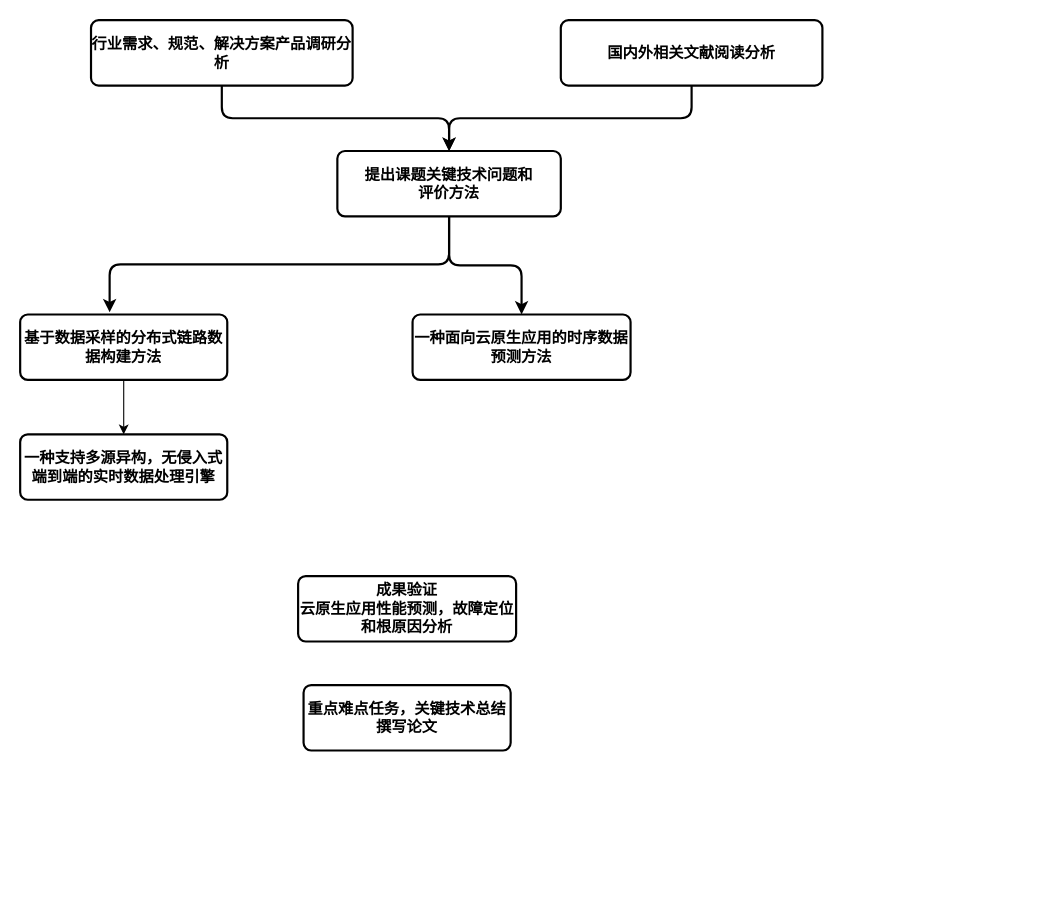
Earlier version of the draw.io diagram page "课题设计方案3.0" (4 of 10) of shrine-doc/论文相关.drawio (easefulfil/CLOUDCARE). Source tidied: cells renumbered, new cells numbered last; positions are measured from the earlier drawing's top-left corner, leaving out a move shared by most shapes. Both pictures are drawn from the tidied source at 109%, with x=0, y=0 at pixel (20, 20).
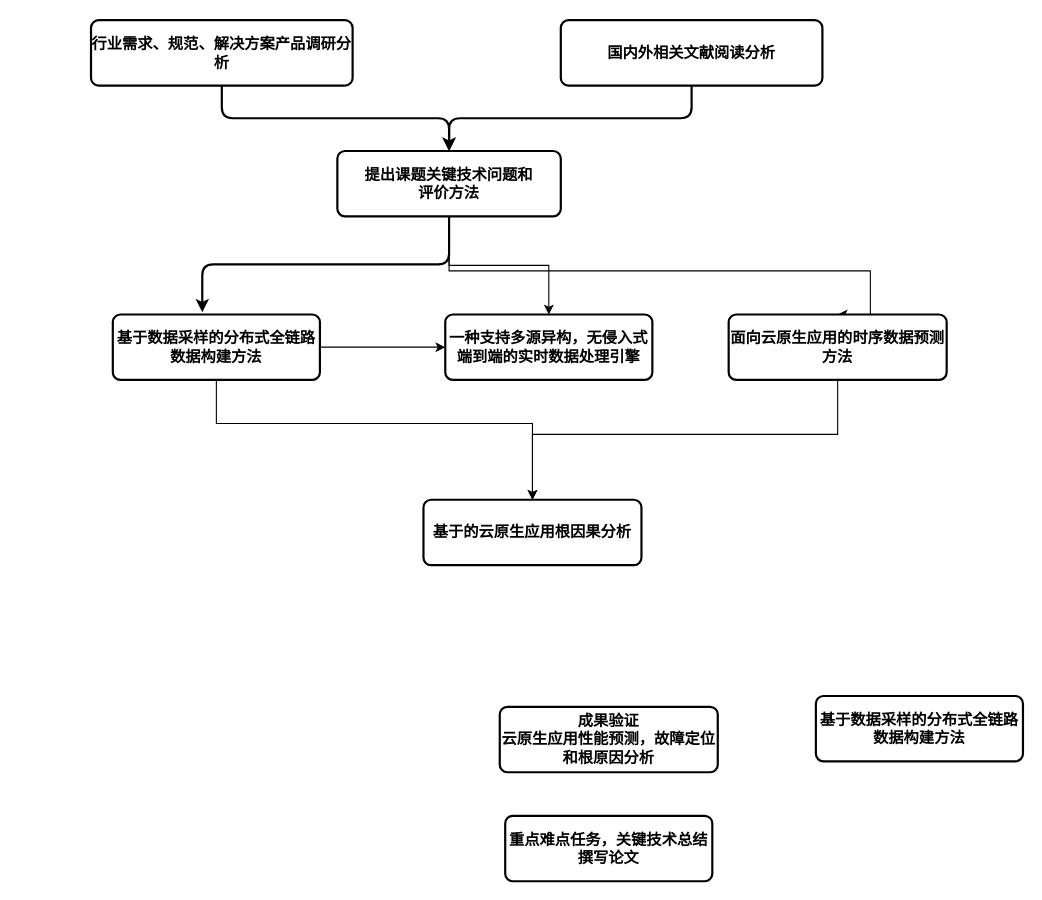
The same page after the edit.

Commit message (it also covers changes not shown here):
更新论文相关.drawio

The change refers to these unchanged cells:
```xml
<mxCell id="4" value="提出课题关键技术问题和&lt;br&gt;评价方法" style="rounded=1;whiteSpace=wrap;html=1;absoluteArcSize=1;arcSize=14;strokeWidth=2;fontSize=14;fontStyle=1;" parent="1" vertex="1">
  <mxGeometry x="291" y="120" width="205" height="60" as="geometry" />
</mxCell>
```

What changed in the source:
```diff
@@
-    <mxCell id="3" style="edgeStyle=elbowEdgeStyle;rounded=1;jumpStyle=arc;jettySize=auto;elbow=vertical;html=1;strokeWidth=2;fontSize=14;fontStyle=1;" parent="1" edge="1" source="4" target="12">
-      <mxGeometry relative="1" as="geometry" />
-    </mxCell>
+    <mxCell id="15" style="edgeStyle=orthogonalEdgeStyle;rounded=0;jettySize=auto;html=1;" parent="1" edge="1" source="4" target="11">
+      <mxGeometry relative="1" as="geometry" />
+    </mxCell>
+    <mxCell id="16" style="edgeStyle=orthogonalEdgeStyle;rounded=0;jettySize=auto;html=1;entryX=0.5;entryY=0;entryDx=0;entryDy=0;" parent="1" edge="1" source="4" target="19">
+      <mxGeometry relative="1" as="geometry">
+        <Array as="points">
+          <mxPoint x="394" y="230" />
+          <mxPoint x="780" y="230" />
+        </Array>
+      </mxGeometry>
+    </mxCell>
@@
+    <mxCell id="17" style="edgeStyle=orthogonalEdgeStyle;rounded=0;jettySize=auto;html=1;" parent="1" edge="1" source="10" target="12">
+      <mxGeometry relative="1" as="geometry">
+        <Array as="points">
+          <mxPoint x="180" y="370" />
+          <mxPoint x="470" y="370" />
+        </Array>
+      </mxGeometry>
+    </mxCell>
-    <mxCell id="10" value="&lt;span style=&quot;text-align: start; font-size: 14px; font-family: 仿宋_GB2312;&quot;&gt;基于数据采样的分布式链路数据构建方法&lt;/span&gt;&lt;span style=&quot;font-size: 14px; text-align: start;&quot;&gt;&lt;/span&gt;" style="rounded=1;whiteSpace=wrap;html=1;absoluteArcSize=1;arcSize=14;strokeWidth=2;fontSize=14;fontStyle=1;" parent="1" vertex="1">
-      <mxGeometry y="270" width="190" height="60" as="geometry" />
+    <mxCell id="10" value="&lt;span style=&quot;font-family: 仿宋_GB2312; text-align: start;&quot;&gt;基于数据采样的分布式全链路数据构建方法&lt;/span&gt;" style="rounded=1;whiteSpace=wrap;html=1;absoluteArcSize=1;arcSize=14;strokeWidth=2;fontSize=14;fontStyle=1;" parent="1" vertex="1">
+      <mxGeometry x="85" y="270" width="190" height="60" as="geometry" />
     </mxCell>
     <mxCell id="11" value="&lt;span style=&quot;text-align: start; font-size: 14px; font-family: 仿宋_GB2312;&quot; lang=&quot;ZH&quot;&gt;一种&lt;/span&gt;&lt;span style=&quot;text-align: start; font-size: 14px; font-family: 仿宋_GB2312;&quot;&gt;支持多源异构，无侵入式端到端&lt;/span&gt;&lt;span style=&quot;text-align: start; font-size: 14px; font-family: 仿宋_GB2312;&quot; lang=&quot;ZH&quot;&gt;的实时&lt;/span&gt;&lt;span style=&quot;text-align: start; font-size: 14px; font-family: 仿宋_GB2312;&quot;&gt;数据处理引擎&lt;/span&gt;&lt;span style=&quot;font-size: 14px; text-align: start;&quot;&gt;&lt;/span&gt;" style="rounded=1;whiteSpace=wrap;html=1;absoluteArcSize=1;arcSize=14;strokeWidth=2;fontSize=14;fontStyle=1;" parent="1" vertex="1">
-      <mxGeometry y="380" width="190" height="60" as="geometry" />
+      <mxGeometry x="390" y="270" width="190" height="60" as="geometry" />
     </mxCell>
-    <mxCell id="12" value="&lt;span style=&quot;font-family: 仿宋_GB2312; font-size: 14px; text-align: start;&quot;&gt;一种面向云原生应用的时序数据预测方法&lt;/span&gt;" style="rounded=1;whiteSpace=wrap;html=1;absoluteArcSize=1;arcSize=14;strokeWidth=2;fontSize=14;fontStyle=1;" parent="1" vertex="1">
-      <mxGeometry x="360" y="270" width="200" height="60" as="geometry" />
+    <mxCell id="12" value="&lt;span style=&quot;font-family: 仿宋_GB2312; font-size: 14px; text-align: start;&quot;&gt;基于的云原生应用根因果分析&lt;/span&gt;" style="rounded=1;whiteSpace=wrap;html=1;absoluteArcSize=1;arcSize=14;strokeWidth=2;fontSize=14;fontStyle=1;" parent="1" vertex="1">
+      <mxGeometry x="370" y="440" width="200" height="60" as="geometry" />
     </mxCell>
     <mxCell id="13" value="&lt;span style=&quot;text-align: start; font-size: 14px; font-family: 仿宋_GB2312;&quot;&gt;成果验证&lt;br style=&quot;font-size: 14px;&quot;&gt;云原生应用&lt;/span&gt;&lt;span style=&quot;text-align: start; font-size: 14px; font-family: 仿宋_GB2312;&quot; lang=&quot;ZH&quot;&gt;性能&lt;/span&gt;&lt;span style=&quot;text-align: start; font-size: 14px; font-family: 仿宋_GB2312;&quot;&gt;预测&lt;/span&gt;&lt;span style=&quot;text-align: start; font-size: 14px; font-family: 仿宋_GB2312;&quot; lang=&quot;ZH&quot;&gt;，故障定位和&lt;/span&gt;&lt;span style=&quot;text-align: start; font-size: 14px; font-family: 仿宋_GB2312;&quot;&gt;根&lt;/span&gt;&lt;span style=&quot;text-align: start; font-size: 14px; font-family: 仿宋_GB2312;&quot; lang=&quot;ZH&quot;&gt;原因分析&lt;/span&gt;&lt;span style=&quot;font-size: 14px; text-align: start;&quot;&gt;&lt;/span&gt;" style="rounded=1;whiteSpace=wrap;html=1;absoluteArcSize=1;arcSize=14;strokeWidth=2;fontSize=14;fontStyle=1;" parent="1" vertex="1">
-      <mxGeometry x="255" y="510" width="200" height="60" as="geometry" />
+      <mxGeometry x="440" y="630" width="200" height="60" as="geometry" />
     </mxCell>
     <mxCell id="14" value="重点难点任务，关键技术总结&lt;br style=&quot;font-size: 14px;&quot;&gt;撰写论文" style="rounded=1;whiteSpace=wrap;html=1;absoluteArcSize=1;arcSize=14;strokeWidth=2;fontSize=14;fontStyle=1;" parent="1" vertex="1">
-      <mxGeometry x="260" y="610" width="190" height="60" as="geometry" />
+      <mxGeometry x="445" y="730" width="190" height="60" as="geometry" />
     </mxCell>
+    <mxCell id="18" style="edgeStyle=orthogonalEdgeStyle;rounded=0;jettySize=auto;html=1;entryX=0.5;entryY=0;entryDx=0;entryDy=0;" parent="1" edge="1" source="19" target="12">
+      <mxGeometry relative="1" as="geometry">
+        <Array as="points">
+          <mxPoint x="750" y="380" />
+          <mxPoint x="470" y="380" />
+        </Array>
+      </mxGeometry>
+    </mxCell>
+    <mxCell id="19" value="&lt;span style=&quot;font-family: 仿宋_GB2312; font-size: 14px; text-align: start;&quot;&gt;面向云原生应用的时序数据预测方法&lt;/span&gt;" style="rounded=1;whiteSpace=wrap;html=1;absoluteArcSize=1;arcSize=14;strokeWidth=2;fontSize=14;fontStyle=1;" parent="1" vertex="1">
+      <mxGeometry x="650" y="270" width="200" height="60" as="geometry" />
+    </mxCell>
+    <mxCell id="20" value="&lt;span style=&quot;text-align: start; font-size: 14px; font-family: 仿宋_GB2312;&quot;&gt;基于数据采样的分布式全链路数据构建方法&lt;/span&gt;&lt;span style=&quot;font-size: 14px; text-align: start;&quot;&gt;&lt;/span&gt;" style="rounded=1;whiteSpace=wrap;html=1;absoluteArcSize=1;arcSize=14;strokeWidth=2;fontSize=14;fontStyle=1;" parent="1" vertex="1">
+      <mxGeometry x="730" y="620" width="190" height="60" as="geometry" />
+    </mxCell>
```
